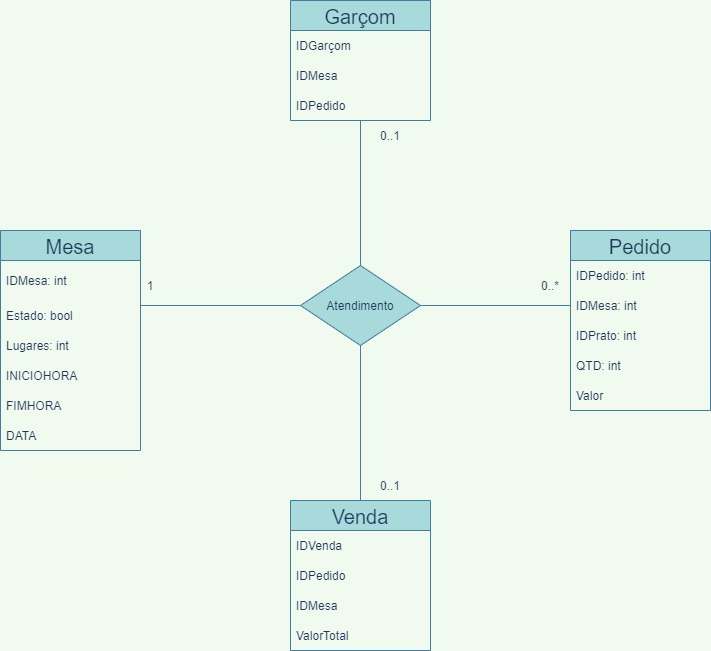
Earlier version of the draw.io export Diagrama de Classe Atendimento.drawio.png (hinname/project-Restaurant). Source tidied: cells renumbered, new cells last; positions are measured from the earlier drawing's top-left corner, leaving out a move shared by most shapes.
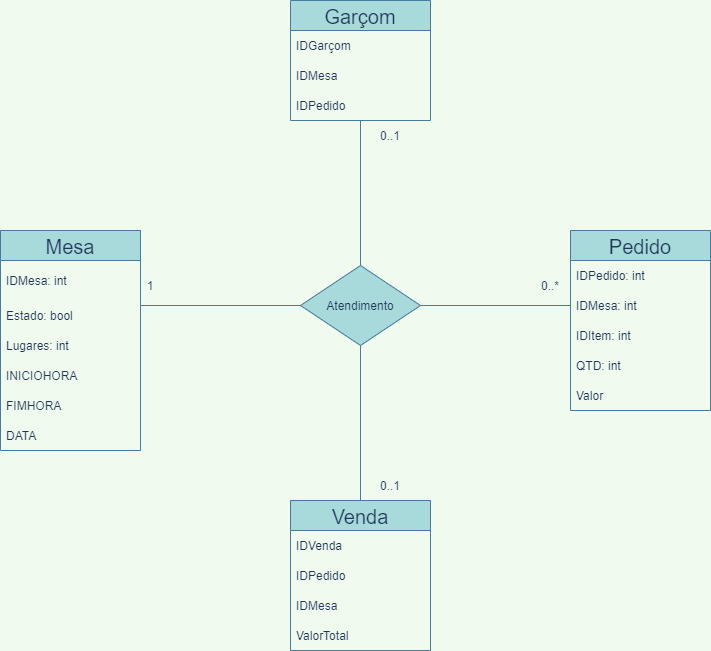
The same file after the commit.

What changed in the source:
```diff
@@ -32,7 +32,7 @@
     <mxCell id="11" value="IDMesa: int" style="text;strokeColor=none;fillColor=none;align=left;verticalAlign=middle;spacingLeft=4;spacingRight=4;overflow=hidden;points=[[0,0.5],[1,0.5]];portConstraint=eastwest;fontColor=#1D3557;" parent="9" vertex="1">
       <mxGeometry y="60" width="140" height="30" as="geometry" />
     </mxCell>
-    <mxCell id="12" value="IDPrato: int" style="text;strokeColor=none;fillColor=none;align=left;verticalAlign=middle;spacingLeft=4;spacingRight=4;overflow=hidden;fontColor=#1D3557;" parent="9" vertex="1">
+    <mxCell id="12" value="IDItem: int" style="text;strokeColor=none;fillColor=none;align=left;verticalAlign=middle;spacingLeft=4;spacingRight=4;overflow=hidden;fontColor=#1D3557;" parent="9" vertex="1">
       <mxGeometry y="90" width="140" height="30" as="geometry" />
     </mxCell>
     <mxCell id="13" value="QTD: int" style="text;html=1;strokeColor=none;fillColor=none;align=left;verticalAlign=middle;rounded=0;fontSize=12;whiteSpace=wrap;spacingLeft=4;fontColor=#1D3557;" parent="9" vertex="1">
```
